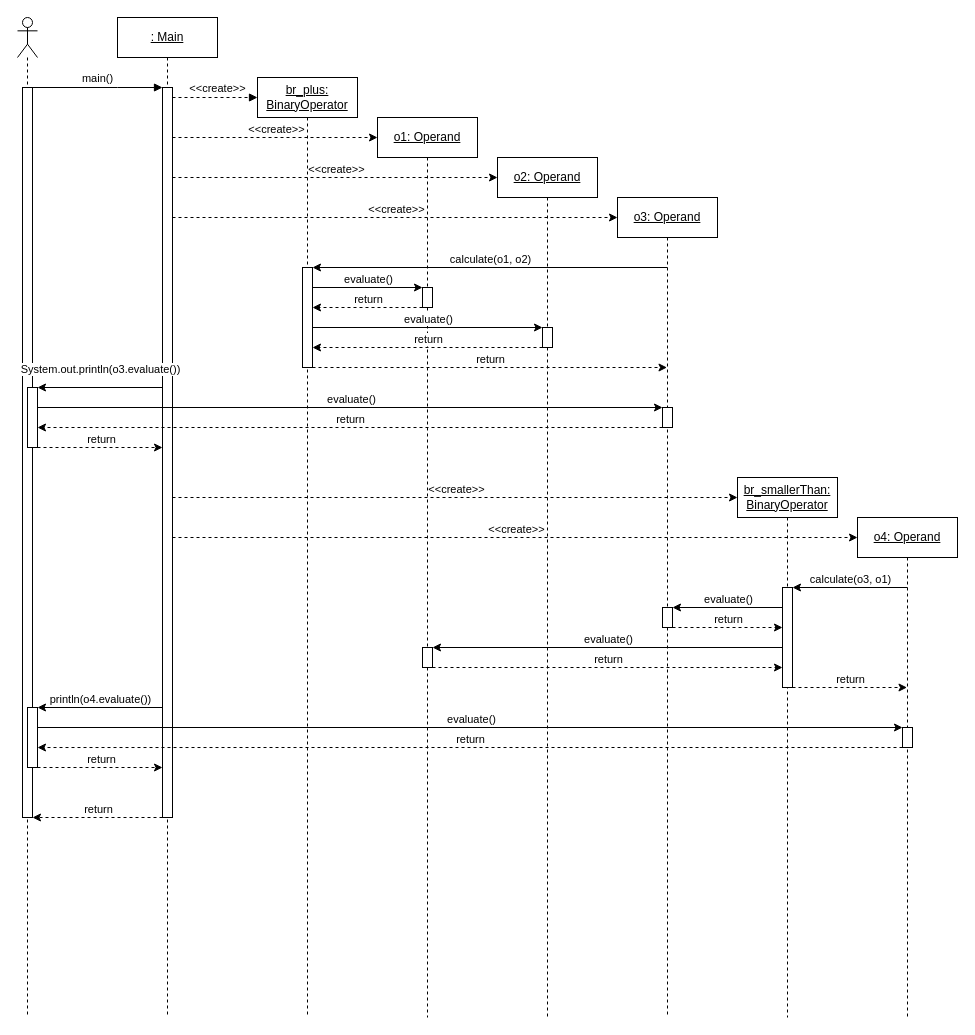
Above: Lab2/lab2.drawio in jcharamut-uconn/CSE2102-SP24-Lab1-Group44 (draw.io), before the change. Source tidied: cells renumbered, new cells numbered last; positions are measured from the earlier drawing's top-left corner, leaving out a move shared by most shapes. Both pictures are drawn from the tidied source at 100%, with x=0, y=0 at pixel (17, 17).
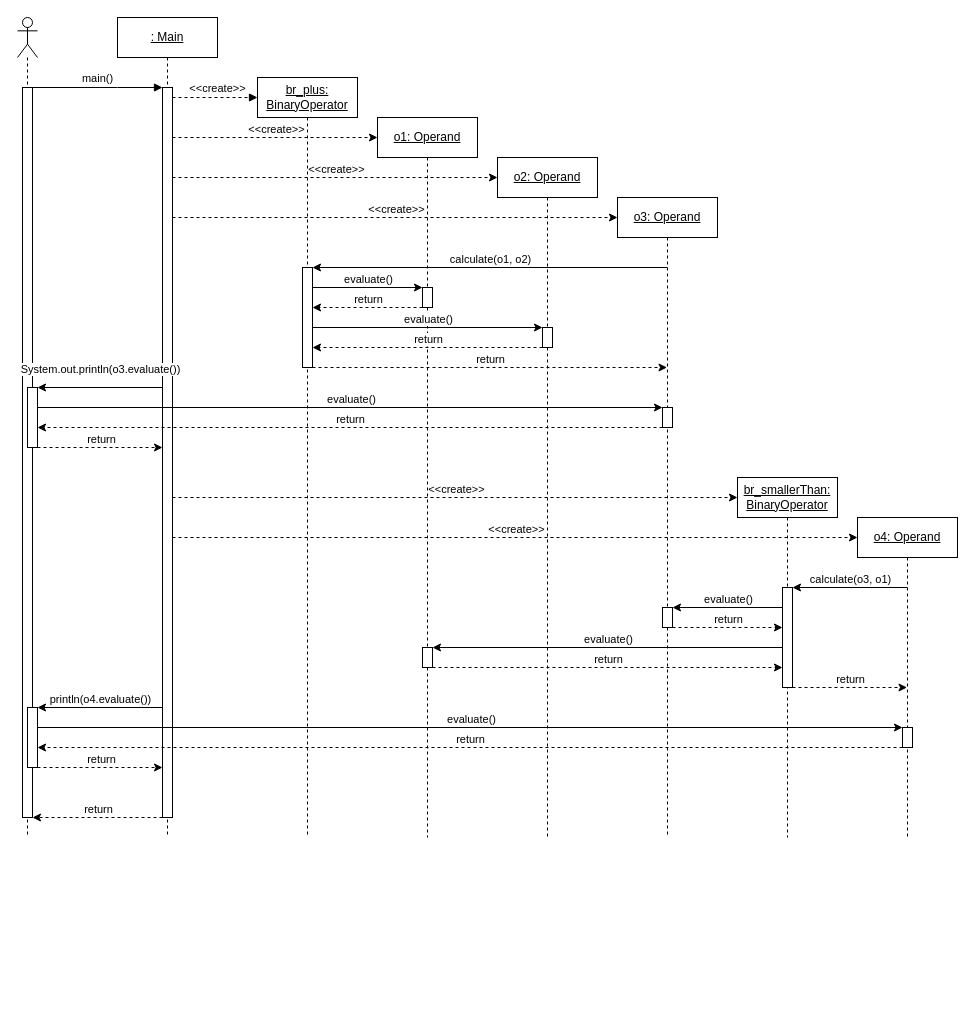
After the change.

Unchanged cells that the change refers to:
```xml
<mxCell id="16" style="html=1;points=[];perimeter=orthogonalPerimeter;outlineConnect=0;targetShapes=umlLifeline;portConstraint=eastwest;newEdgeStyle={&quot;edgeStyle&quot;:&quot;elbowEdgeStyle&quot;,&quot;elbow&quot;:&quot;vertical&quot;,&quot;curved&quot;:0,&quot;rounded&quot;:0};" parent="15" vertex="1">
  <mxGeometry x="45" y="110" width="10" height="100" as="geometry" />
</mxCell>
```

Change to the diagram source:
```diff
@@
     <mxCell id="2" style="shape=umlLifeline;perimeter=lifelinePerimeter;whiteSpace=wrap;html=1;newEdgeStyle={&quot;curved&quot;:0,&quot;rounded&quot;:0};participant=umlActor;" parent="1" vertex="1">
-      <mxGeometry width="20" height="1000" as="geometry" />
+      <mxGeometry width="20" height="820" as="geometry" />
     </mxCell>
@@
     <mxCell id="4" value="br_plus: BinaryOperator" style="shape=umlLifeline;perimeter=lifelinePerimeter;whiteSpace=wrap;html=1;newEdgeStyle={&quot;edgeStyle&quot;:&quot;elbowEdgeStyle&quot;,&quot;elbow&quot;:&quot;vertical&quot;,&quot;curved&quot;:0,&quot;rounded&quot;:0};fontStyle=4;" parent="1" vertex="1">
-      <mxGeometry x="240" y="60" width="100" height="940" as="geometry" />
+      <mxGeometry x="240" y="60" width="100" height="760" as="geometry" />
     </mxCell>
@@
     <mxCell id="7" value="o1: Operand" style="shape=umlLifeline;perimeter=lifelinePerimeter;whiteSpace=wrap;html=1;newEdgeStyle={&quot;edgeStyle&quot;:&quot;elbowEdgeStyle&quot;,&quot;elbow&quot;:&quot;vertical&quot;,&quot;curved&quot;:0,&quot;rounded&quot;:0};fontStyle=4;" parent="1" vertex="1">
-      <mxGeometry x="360" y="100" width="100" height="900" as="geometry" />
+      <mxGeometry x="360" y="100" width="100" height="720" as="geometry" />
     </mxCell>
     <mxCell id="8" value=": Main" style="shape=umlLifeline;perimeter=lifelinePerimeter;whiteSpace=wrap;html=1;newEdgeStyle={&quot;edgeStyle&quot;:&quot;elbowEdgeStyle&quot;,&quot;elbow&quot;:&quot;vertical&quot;,&quot;curved&quot;:0,&quot;rounded&quot;:0};fontStyle=4;" parent="1" vertex="1">
-      <mxGeometry x="100" width="100" height="1000" as="geometry" />
+      <mxGeometry x="100" width="100" height="820" as="geometry" />
     </mxCell>
@@
     <mxCell id="10" value="o2: Operand" style="shape=umlLifeline;perimeter=lifelinePerimeter;whiteSpace=wrap;html=1;newEdgeStyle={&quot;edgeStyle&quot;:&quot;elbowEdgeStyle&quot;,&quot;elbow&quot;:&quot;vertical&quot;,&quot;curved&quot;:0,&quot;rounded&quot;:0};fontStyle=4;" parent="1" vertex="1">
-      <mxGeometry x="480" y="140" width="100" height="860" as="geometry" />
+      <mxGeometry x="480" y="140" width="100" height="680" as="geometry" />
     </mxCell>
@@
     <mxCell id="12" value="o3: Operand" style="shape=umlLifeline;perimeter=lifelinePerimeter;whiteSpace=wrap;html=1;outlineConnect=0;portConstraint=eastwest;newEdgeStyle={&quot;edgeStyle&quot;:&quot;elbowEdgeStyle&quot;,&quot;elbow&quot;:&quot;vertical&quot;,&quot;curved&quot;:0,&quot;rounded&quot;:0};fontStyle=4;" parent="1" vertex="1">
-      <mxGeometry x="600" y="180" width="100" height="820" as="geometry" />
+      <mxGeometry x="600" y="180" width="100" height="640" as="geometry" />
     </mxCell>
@@
     <mxCell id="15" value="br_smallerThan: BinaryOperator" style="shape=umlLifeline;perimeter=lifelinePerimeter;whiteSpace=wrap;html=1;newEdgeStyle={&quot;edgeStyle&quot;:&quot;elbowEdgeStyle&quot;,&quot;elbow&quot;:&quot;vertical&quot;,&quot;curved&quot;:0,&quot;rounded&quot;:0};fontStyle=4;" parent="1" vertex="1">
-      <mxGeometry x="720" y="460" width="100" height="540" as="geometry" />
+      <mxGeometry x="720" y="460" width="100" height="360" as="geometry" />
     </mxCell>
@@
     <mxCell id="17" value="o4: Operand" style="shape=umlLifeline;perimeter=lifelinePerimeter;whiteSpace=wrap;html=1;outlineConnect=0;portConstraint=eastwest;newEdgeStyle={&quot;edgeStyle&quot;:&quot;elbowEdgeStyle&quot;,&quot;elbow&quot;:&quot;vertical&quot;,&quot;curved&quot;:0,&quot;rounded&quot;:0};fontStyle=4;" parent="1" vertex="1">
-      <mxGeometry x="840" y="500" width="100" height="500" as="geometry" />
+      <mxGeometry x="840" y="500" width="100" height="320" as="geometry" />
     </mxCell>
@@
-    <mxCell id="49" style="endArrow=classic;html=1;rounded=0;exitX=0.5;exitY=0.14;exitDx=0;exitDy=0;exitPerimeter=0;" parent="1" edge="1" source="17" target="16">
-      <mxGeometry relative="1" as="geometry" />
+    <mxCell id="49" style="endArrow=classic;html=1;rounded=0;" parent="1" edge="1" target="16">
+      <mxGeometry relative="1" as="geometry">
+        <mxPoint x="890" y="570" as="sourcePoint" />
+      </mxGeometry>
     </mxCell>
```
